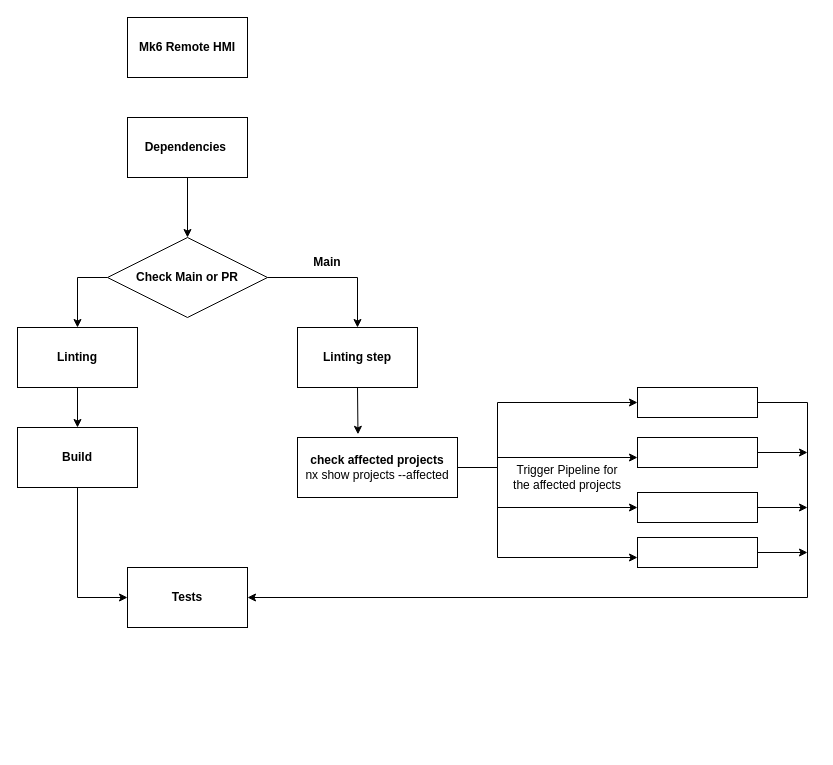
Above: page "Page-2" (2 of 2) of Untitled Diagram.drawio in sreelakshmilingamgunta/Azure-Devops (draw.io), before the change. Source tidied: cells renumbered, new cells numbered last; positions are measured from the earlier drawing's top-left corner, leaving out a move shared by most shapes. Both pictures are drawn from the tidied source at 100%, with x=0, y=0 at pixel (17, 17).
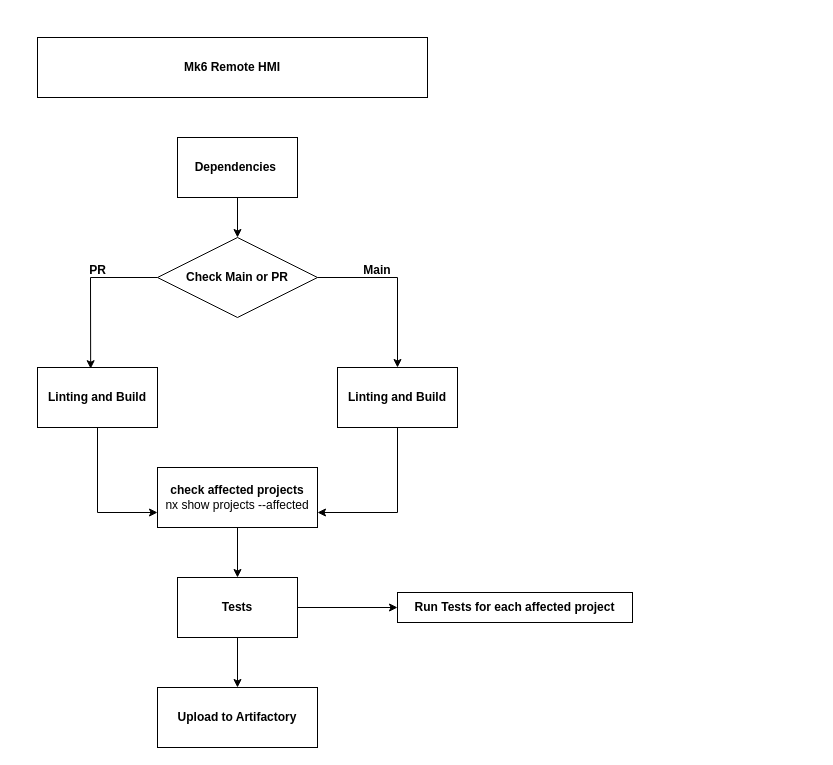
After the change.

Change to the diagram source:
```diff
@@
     <mxCell id="2" value="Mk6 Remote HMI" style="rounded=0;whiteSpace=wrap;html=1;fontStyle=1;" parent="1" vertex="1">
-      <mxGeometry x="110" width="120" height="60" as="geometry" />
+      <mxGeometry x="20" y="20" width="390" height="60" as="geometry" />
     </mxCell>
     <mxCell id="3" value="&lt;b&gt;Dependencies&amp;nbsp;&lt;/b&gt;" style="rounded=0;whiteSpace=wrap;html=1;" parent="1" vertex="1">
-      <mxGeometry x="110" y="100" width="120" height="60" as="geometry" />
+      <mxGeometry x="160" y="120" width="120" height="60" as="geometry" />
     </mxCell>
     <mxCell id="4" value="&lt;b&gt;check affected projects&lt;/b&gt;&lt;br&gt;nx show projects --affected" style="rounded=0;whiteSpace=wrap;html=1;" parent="1" vertex="1">
-      <mxGeometry x="280" y="420" width="160" height="60" as="geometry" />
+      <mxGeometry x="140" y="450" width="160" height="60" as="geometry" />
     </mxCell>
     <mxCell id="5" value="&lt;b&gt;Check Main or PR&lt;/b&gt;" style="rhombus;whiteSpace=wrap;html=1;" parent="1" vertex="1">
-      <mxGeometry x="90" y="220" width="160" height="80" as="geometry" />
+      <mxGeometry x="140" y="220" width="160" height="80" as="geometry" />
     </mxCell>
-    <mxCell id="6" style="rounded=0;whiteSpace=wrap;html=1;" parent="1" vertex="1">
-      <mxGeometry x="620" y="370" width="120" height="30" as="geometry" />
-    </mxCell>
-    <mxCell id="7" style="rounded=0;whiteSpace=wrap;html=1;" parent="1" vertex="1">
-      <mxGeometry x="620" y="420" width="120" height="30" as="geometry" />
-    </mxCell>
-    <mxCell id="8" style="rounded=0;whiteSpace=wrap;html=1;" parent="1" vertex="1">
-      <mxGeometry x="620" y="475" width="120" height="30" as="geometry" />
-    </mxCell>
-    <mxCell id="9" style="rounded=0;whiteSpace=wrap;html=1;" parent="1" vertex="1">
-      <mxGeometry x="620" y="520" width="120" height="30" as="geometry" />
-    </mxCell>
-    <mxCell id="10" style="endArrow=classic;html=1;rounded=0;entryX=0;entryY=0.5;entryDx=0;entryDy=0;" parent="1" edge="1">
-      <mxGeometry relative="1" as="geometry">
-        <mxPoint x="440" y="450" as="sourcePoint" />
-        <mxPoint x="620" y="490" as="targetPoint" />
-        <Array as="points">
-          <mxPoint x="480" y="450" />
-          <mxPoint x="480" y="490" />
-        </Array>
-      </mxGeometry>
-    </mxCell>
-    <mxCell id="11" style="endArrow=classic;html=1;rounded=0;entryX=0;entryY=0.5;entryDx=0;entryDy=0;" parent="1" edge="1">
-      <mxGeometry relative="1" as="geometry">
-        <mxPoint x="480" y="440" as="sourcePoint" />
-        <mxPoint x="620" y="440" as="targetPoint" />
-      </mxGeometry>
-    </mxCell>
-    <mxCell id="12" style="endArrow=classic;html=1;rounded=0;entryX=0;entryY=0.5;entryDx=0;entryDy=0;" parent="1" edge="1">
-      <mxGeometry relative="1" as="geometry">
-        <mxPoint x="480" y="455" as="sourcePoint" />
-        <mxPoint x="620" y="540" as="targetPoint" />
-        <Array as="points">
-          <mxPoint x="480" y="540" />
-        </Array>
-      </mxGeometry>
-    </mxCell>
-    <mxCell id="13" value="Trigger Pipeline for the affected projects" style="text;html=1;align=center;verticalAlign=middle;whiteSpace=wrap;rounded=0;" parent="1" vertex="1">
-      <mxGeometry x="490" y="445" width="120" height="30" as="geometry" />
-    </mxCell>
-    <mxCell id="14" value="&lt;b&gt;Linting step&lt;/b&gt;" style="rounded=0;whiteSpace=wrap;html=1;" parent="1" vertex="1">
-      <mxGeometry x="280" y="310" width="120" height="60" as="geometry" />
-    </mxCell>
-    <mxCell id="15" style="endArrow=classic;html=1;rounded=0;exitX=1;exitY=0.5;exitDx=0;exitDy=0;entryX=0;entryY=0.5;entryDx=0;entryDy=0;" parent="1" edge="1" source="4" target="6">
-      <mxGeometry relative="1" as="geometry">
-        <Array as="points">
-          <mxPoint x="480" y="450" />
-          <mxPoint x="480" y="385" />
-        </Array>
-      </mxGeometry>
-    </mxCell>
-    <mxCell id="16" style="endArrow=classic;html=1;rounded=0;exitX=1;exitY=0.5;exitDx=0;exitDy=0;entryX=0.5;entryY=0;entryDx=0;entryDy=0;" parent="1" edge="1" source="5" target="14">
-      <mxGeometry relative="1" as="geometry">
-        <Array as="points">
-          <mxPoint x="340" y="260" />
-        </Array>
-      </mxGeometry>
-    </mxCell>
-    <mxCell id="17" style="endArrow=classic;html=1;rounded=0;exitX=0.5;exitY=1;exitDx=0;exitDy=0;entryX=0.378;entryY=-0.053;entryDx=0;entryDy=0;entryPerimeter=0;" parent="1" edge="1" source="14" target="4">
-      <mxGeometry relative="1" as="geometry" />
-    </mxCell>
     <mxCell id="18" value="&lt;b&gt;Tests&lt;/b&gt;" style="rounded=0;whiteSpace=wrap;html=1;" parent="1" vertex="1">
-      <mxGeometry x="110" y="550" width="120" height="60" as="geometry" />
+      <mxGeometry x="160" y="560" width="120" height="60" as="geometry" />
     </mxCell>
     <mxCell id="19" value="&lt;b&gt;Main&lt;/b&gt;" style="text;html=1;align=center;verticalAlign=middle;whiteSpace=wrap;rounded=0;" parent="1" vertex="1">
-      <mxGeometry x="280" y="230" width="60" height="30" as="geometry" />
+      <mxGeometry x="330" y="238" width="60" height="30" as="geometry" />
     </mxCell>
     <mxCell id="20" style="endArrow=classic;html=1;rounded=0;entryX=0.5;entryY=0;entryDx=0;entryDy=0;" parent="1" edge="1" target="5">
       <mxGeometry relative="1" as="geometry">
-        <mxPoint x="170" y="160" as="sourcePoint" />
+        <mxPoint x="220" y="180" as="sourcePoint" />
       </mxGeometry>
     </mxCell>
-    <mxCell id="21" value="&lt;b&gt;Linting&lt;/b&gt;" style="rounded=0;whiteSpace=wrap;html=1;" parent="1" vertex="1">
-      <mxGeometry y="310" width="120" height="60" as="geometry" />
+    <mxCell id="21" value="&lt;b&gt;Linting and Build&lt;/b&gt;" style="rounded=0;whiteSpace=wrap;html=1;" parent="1" vertex="1">
+      <mxGeometry x="20" y="350" width="120" height="60" as="geometry" />
     </mxCell>
-    <mxCell id="22" value="&lt;b&gt;Build&lt;/b&gt;" style="rounded=0;whiteSpace=wrap;html=1;" parent="1" vertex="1">
-      <mxGeometry y="410" width="120" height="60" as="geometry" />
-    </mxCell>
+    <mxCell id="30" value="PR" style="text;html=1;align=center;verticalAlign=middle;strokeColor=none;fillColor=none;fontStyle=1;" parent="1" vertex="1">
+      <mxGeometry x="60" y="238" width="40" height="30" as="geometry" />
+    </mxCell>
-    <mxCell id="23" style="endArrow=classic;html=1;rounded=0;exitX=0;exitY=0.5;exitDx=0;exitDy=0;entryX=0.5;entryY=0;entryDx=0;entryDy=0;" parent="1" edge="1" source="5" target="21">
+    <mxCell id="23" style="endArrow=classic;html=1;rounded=0;exitX=0;exitY=0.5;exitDx=0;exitDy=0;entryX=0.443;entryY=0.02;entryDx=0;entryDy=0;entryPerimeter=0;" parent="1" edge="1" source="5" target="21">
       <mxGeometry relative="1" as="geometry">
         <Array as="points">
-          <mxPoint x="60" y="260" />
+          <mxPoint x="73" y="260" />
         </Array>
       </mxGeometry>
     </mxCell>
-    <mxCell id="24" style="endArrow=classic;html=1;rounded=0;exitX=0.5;exitY=1;exitDx=0;exitDy=0;entryX=0.5;entryY=0;entryDx=0;entryDy=0;" parent="1" edge="1" source="21" target="22">
-      <mxGeometry relative="1" as="geometry" />
-    </mxCell>
-    <mxCell id="25" style="endArrow=classic;html=1;rounded=0;exitX=0.5;exitY=1;exitDx=0;exitDy=0;entryX=0;entryY=0.5;entryDx=0;entryDy=0;" parent="1" edge="1" source="22" target="18">
-      <mxGeometry relative="1" as="geometry">
-        <Array as="points">
-          <mxPoint x="60" y="580" />
-        </Array>
-      </mxGeometry>
-    </mxCell>
-    <mxCell id="26" style="endArrow=classic;html=1;rounded=0;exitX=1;exitY=0.5;exitDx=0;exitDy=0;entryX=1;entryY=0.5;entryDx=0;entryDy=0;" parent="1" edge="1" source="6" target="18">
-      <mxGeometry relative="1" as="geometry">
-        <Array as="points">
-          <mxPoint x="790" y="385" />
-          <mxPoint x="790" y="580" />
-        </Array>
-      </mxGeometry>
-    </mxCell>
-    <mxCell id="27" style="endArrow=classic;html=1;rounded=0;exitX=1;exitY=0.5;exitDx=0;exitDy=0;" parent="1" edge="1" source="7">
-      <mxGeometry relative="1" as="geometry">
-        <mxPoint x="790" y="435" as="targetPoint" />
-      </mxGeometry>
-    </mxCell>
-    <mxCell id="28" style="endArrow=classic;html=1;rounded=0;exitX=1;exitY=0.5;exitDx=0;exitDy=0;" parent="1" edge="1" source="8">
-      <mxGeometry relative="1" as="geometry">
-        <mxPoint x="790" y="490" as="targetPoint" />
-      </mxGeometry>
-    </mxCell>
-    <mxCell id="29" style="endArrow=classic;html=1;rounded=0;exitX=1;exitY=0.5;exitDx=0;exitDy=0;" parent="1" edge="1" source="9">
-      <mxGeometry relative="1" as="geometry">
-        <mxPoint x="790" y="535" as="targetPoint" />
-      </mxGeometry>
-    </mxCell>
+    <mxCell id="31" value="Linting and Build" style="rounded=0;whiteSpace=wrap;html=1;fontStyle=1;" parent="1" vertex="1">
+      <mxGeometry x="320" y="350" width="120" height="60" as="geometry" />
+    </mxCell>
+    <mxCell id="32" style="endArrow=classic;html=1;rounded=0;exitX=1;exitY=0.5;exitDx=0;exitDy=0;entryX=0.5;entryY=0;entryDx=0;entryDy=0;" parent="1" edge="1" source="5" target="31">
+      <mxGeometry relative="1" as="geometry">
+        <Array as="points">
+          <mxPoint x="380" y="260" />
+        </Array>
+      </mxGeometry>
+    </mxCell>
+    <mxCell id="33" style="endArrow=classic;html=1;rounded=0;exitX=0.5;exitY=1;exitDx=0;exitDy=0;entryX=0;entryY=0.75;entryDx=0;entryDy=0;" parent="1" edge="1" source="21" target="4">
+      <mxGeometry relative="1" as="geometry">
+        <Array as="points">
+          <mxPoint x="80" y="495" />
+        </Array>
+      </mxGeometry>
+    </mxCell>
+    <mxCell id="34" style="endArrow=classic;html=1;rounded=0;exitX=0.5;exitY=1;exitDx=0;exitDy=0;entryX=1;entryY=0.75;entryDx=0;entryDy=0;" parent="1" edge="1" source="31" target="4">
+      <mxGeometry relative="1" as="geometry">
+        <Array as="points">
+          <mxPoint x="380" y="495" />
+        </Array>
+      </mxGeometry>
+    </mxCell>
+    <mxCell id="35" style="endArrow=classic;html=1;rounded=0;exitX=0.5;exitY=1;exitDx=0;exitDy=0;entryX=0.5;entryY=0;entryDx=0;entryDy=0;" parent="1" edge="1" source="4" target="18">
+      <mxGeometry relative="1" as="geometry" />
+    </mxCell>
+    <mxCell id="36" style="endArrow=classic;html=1;rounded=0;exitX=1;exitY=0.5;exitDx=0;exitDy=0;" parent="1" edge="1" source="18">
+      <mxGeometry relative="1" as="geometry">
+        <mxPoint x="380" y="590" as="targetPoint" />
+      </mxGeometry>
+    </mxCell>
+    <mxCell id="37" value="Run Tests for each affected project" style="rounded=0;whiteSpace=wrap;html=1;fontStyle=1;" parent="1" vertex="1">
+      <mxGeometry x="380" y="575" width="235" height="30" as="geometry" />
+    </mxCell>
+    <mxCell id="38" value="Upload to Artifactory" style="rounded=0;whiteSpace=wrap;html=1;fontStyle=1;" parent="1" vertex="1">
+      <mxGeometry x="140" y="670" width="160" height="60" as="geometry" />
+    </mxCell>
+    <mxCell id="39" style="endArrow=classic;html=1;rounded=0;exitX=0.5;exitY=1;exitDx=0;exitDy=0;entryX=0.5;entryY=0;entryDx=0;entryDy=0;" parent="1" edge="1" source="18" target="38">
+      <mxGeometry relative="1" as="geometry" />
+    </mxCell>
```
